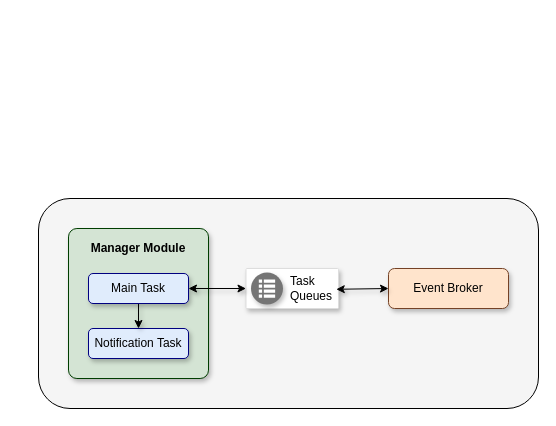
Earlier version of the draw.io diagram Fluxogramas/Arquitetura_taks.drawio (GABRIELLUIZMARTINS/DrawIO). Source tidied: cells renumbered, new cells numbered last; positions are measured from the earlier drawing's top-left corner, leaving out a move shared by most shapes. Both pictures are drawn from the tidied source at 100%, with x=0, y=0 at pixel (38, 198).
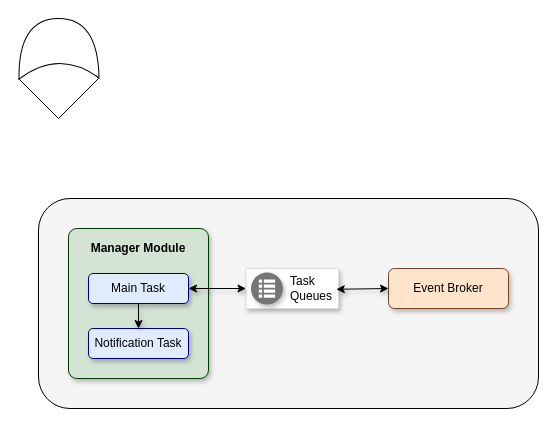
After the change.

Change to the diagram source:
```diff
@@
 <mxGraphModel>
   <root>
     <mxCell id="0" />
     <mxCell id="1" parent="0" />
     <mxCell id="2" style="rounded=1;whiteSpace=wrap;html=1;strokeColor=#000000;fillColor=#f5f5f5;" parent="1" vertex="1">
       <mxGeometry width="500" height="210" as="geometry" />
     </mxCell>
     <mxCell id="3" style="rounded=1;whiteSpace=wrap;html=1;fontSize=12;glass=0;strokeWidth=1;shadow=1;fillColor=#d4e4d4;strokeColor=#003D00;align=center;arcSize=6;" parent="1" vertex="1">
       <mxGeometry x="30" y="30" width="140" height="150" as="geometry" />
     </mxCell>
     <mxCell id="4" value="Event Broker" style="rounded=1;whiteSpace=wrap;html=1;fontSize=12;glass=0;strokeWidth=1;shadow=1;fillColor=#ffe4cc;strokeColor=#744226;arcSize=15;gradientColor=none;gradientDirection=north;" parent="1" vertex="1">
       <mxGeometry x="350" y="70" width="120" height="40" as="geometry" />
     </mxCell>
     <mxCell id="5" style="strokeColor=#dddddd;shadow=1;strokeWidth=1;rounded=1;absoluteArcSize=1;arcSize=2;" parent="1" vertex="1">
       <mxGeometry x="207.5" y="70" width="92.5" height="40" as="geometry" />
     </mxCell>
     <mxCell id="6" value="Task&#10;Queues" style="sketch=0;dashed=0;html=1;fillColor=#757575;strokeColor=none;shape=mxgraph.gcp2.task_queues;labelPosition=right;verticalLabelPosition=middle;align=left;verticalAlign=middle;spacingLeft=5;fontSize=12;shadow=1;" parent="5" vertex="1">
       <mxGeometry y="0.5" width="32" height="32" relative="1" as="geometry">
         <mxPoint x="5" y="-16" as="offset" />
       </mxGeometry>
     </mxCell>
     <mxCell id="7" value="&lt;span style=&quot;background-color: initial;&quot;&gt;&lt;b&gt;Manager Module&lt;/b&gt;&lt;/span&gt;" style="rounded=1;whiteSpace=wrap;html=1;fontSize=12;glass=0;strokeWidth=1;shadow=0;fillColor=#D4E4D4;strokeColor=#D4E4D4;" parent="1" vertex="1">
       <mxGeometry x="50" y="40" width="100" height="20" as="geometry" />
     </mxCell>
     <mxCell id="8" value="Notification Task" style="rounded=1;whiteSpace=wrap;html=1;fontSize=12;glass=0;strokeWidth=1;shadow=1;fillColor=#e0ecfc;strokeColor=#000080;arcSize=15;" parent="1" vertex="1">
       <mxGeometry x="50" y="130" width="100" height="30" as="geometry" />
     </mxCell>
     <mxCell id="9" style="edgeStyle=orthogonalEdgeStyle;rounded=0;jettySize=auto;html=1;shadow=1;" parent="1" edge="1" source="10" target="8">
       <mxGeometry relative="1" as="geometry" />
     </mxCell>
     <mxCell id="10" value="Main Task" style="rounded=1;whiteSpace=wrap;html=1;fontSize=12;glass=0;strokeWidth=1;shadow=1;fillColor=#e0ecfc;strokeColor=#000080;arcSize=15;" parent="1" vertex="1">
       <mxGeometry x="50" y="75" width="100" height="30" as="geometry" />
     </mxCell>
     <mxCell id="11" style="endArrow=classic;startArrow=classic;html=1;rounded=0;exitX=0.976;exitY=0.52;exitDx=0;exitDy=0;exitPerimeter=0;entryX=0;entryY=0.5;entryDx=0;entryDy=0;shadow=1;" parent="1" edge="1" source="5" target="4">
       <mxGeometry relative="1" as="geometry" />
     </mxCell>
     <mxCell id="12" style="endArrow=classic;startArrow=classic;html=1;rounded=0;entryX=0;entryY=0.5;entryDx=0;entryDy=0;shadow=1;" parent="1" edge="1" source="10" target="5">
       <mxGeometry relative="1" as="geometry" />
     </mxCell>
+    <mxCell id="13" style="rhombus;whiteSpace=wrap;html=1;" parent="1" vertex="1">
+      <mxGeometry x="-20" y="-160" width="80" height="80" as="geometry" />
+    </mxCell>
+    <mxCell id="14" style="shape=xor;whiteSpace=wrap;html=1;rotation=-91;" parent="1" vertex="1">
+      <mxGeometry x="-10" y="-190" width="60" height="80" as="geometry" />
+    </mxCell>
   </root>
 </mxGraphModel>
```
